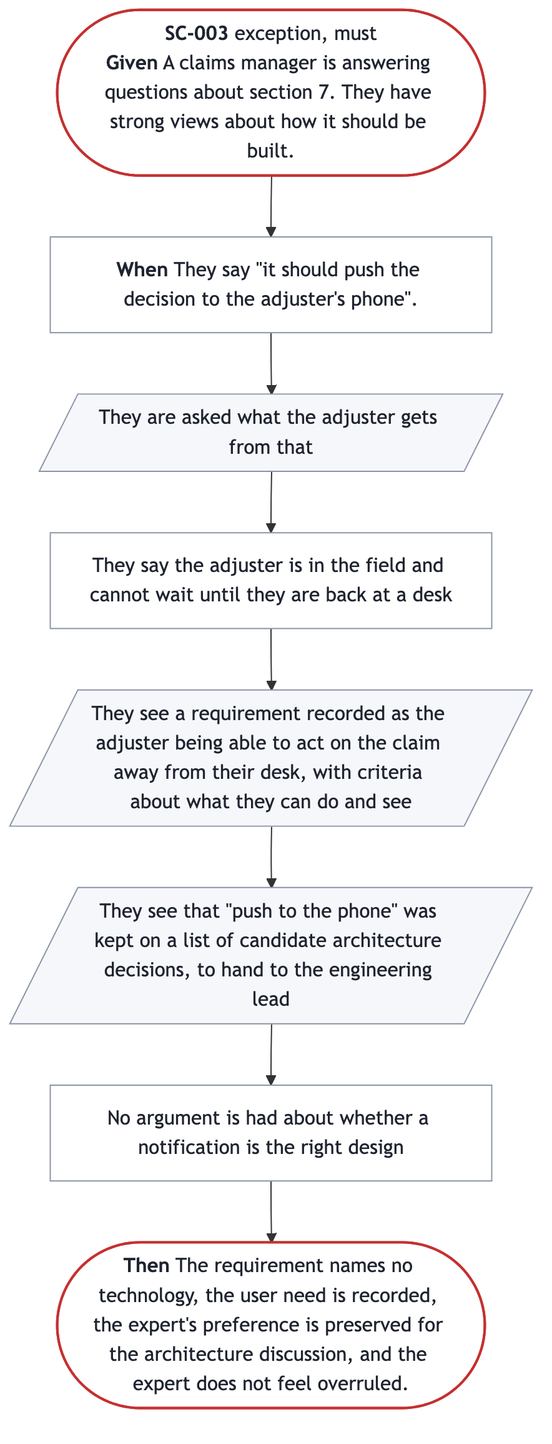
Earlier version of the Mermaid export docs/prd/prd-forge/diagrams/SC-003.png (SpillwaveSolutions/prd-forge). Its source is kept beside it as docs/prd/prd-forge/diagrams/SC-003.mmd.
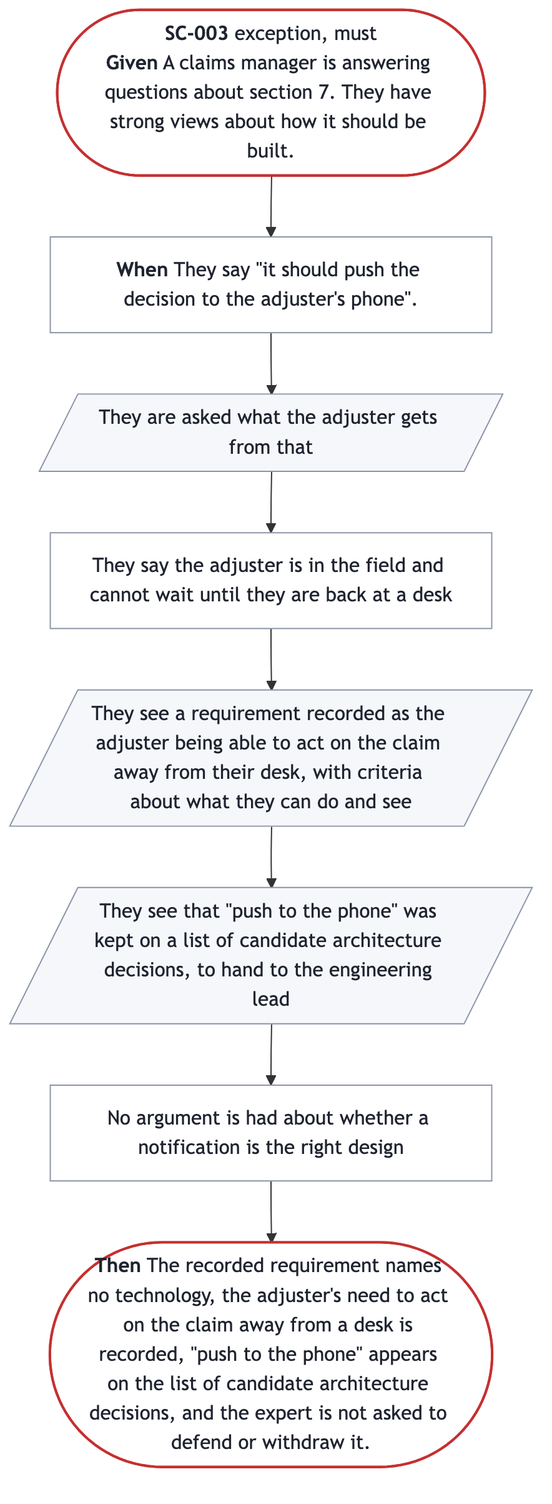
The same diagram one commit later.

Change to the diagram source:
```diff
@@ -7,7 +7,7 @@
   s2[/"They see a requirement recorded as the adjuster being able to act on the claim away from their desk, with criteria about what they can do and see"/]
   s3[/"They see that #quot;push to the phone#quot; was kept on a list of candidate architecture decisions, to hand to the engineering lead"/]
   s4["No argument is had about whether a notification is the right design"]
-  done(["<b>Then</b> The requirement names no technology, the user need is recorded, the expert's preference is preserved for the architecture discussion, and the expert does not feel overruled."])
+  done(["<b>Then</b> The recorded requirement names no technology, the adjuster's need to act on the claim away from a desk is recorded, #quot;push to the phone#quot; appears on the list of candidate architecture decisions, and the expert is not asked to defend or withdraw it."])
   start --> trigger --> s0 --> s1 --> s2 --> s3 --> s4 --> done
   classDef ends fill:#FFFFFF,stroke:#C53030,stroke-width:2px,color:#1F2430
   classDef sees fill:#F5F7FA,stroke:#8A94A6,color:#1F2430
```
